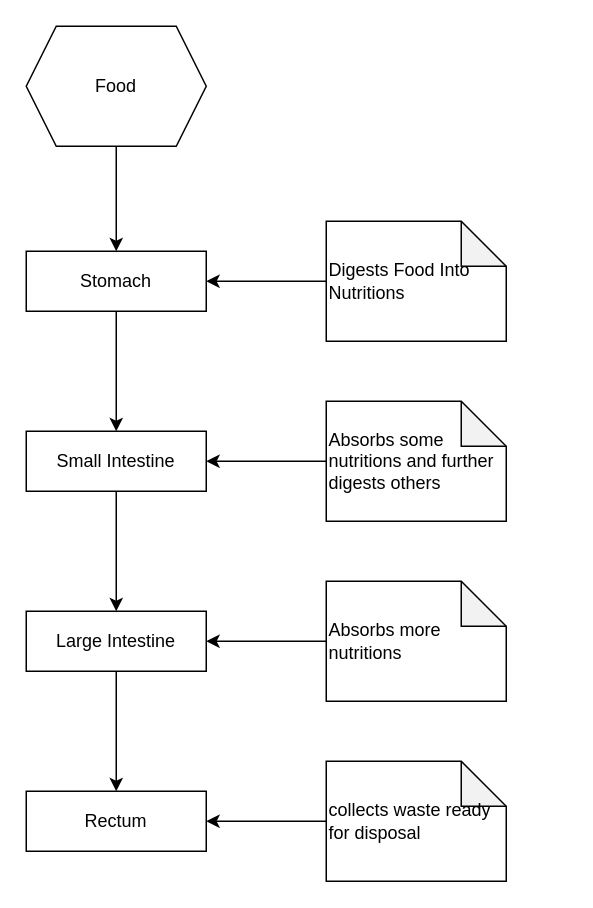
Before: page "Digesting" (2 of 3) of docs/diagrams.drawio in SchwarzChristian/NutriSim, a draw.io diagram. Source tidied: cells renumbered, new cells numbered last; positions are measured from the earlier drawing's top-left corner, leaving out a move shared by most shapes. Both pictures are drawn from the tidied source at 150%, with x=0, y=0 at pixel (26, 26).
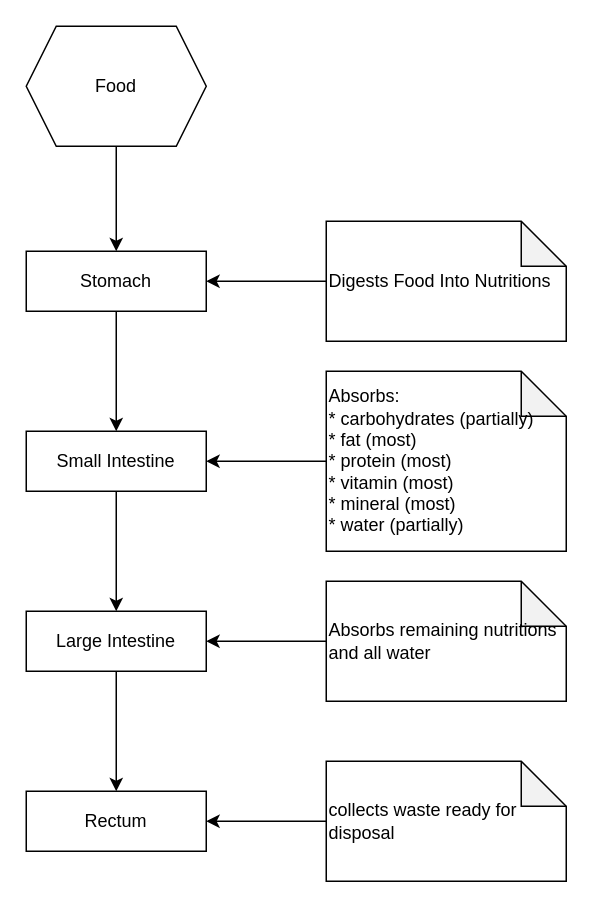
After the change.

What changed in the source:
```diff
@@
 <mxGraphModel>
   <root>
     <mxCell id="0" />
     <mxCell id="1" parent="0" />
     <mxCell id="2" style="edgeStyle=none;html=1;" parent="1" edge="1" source="3" target="5">
       <mxGeometry relative="1" as="geometry" />
     </mxCell>
     <mxCell id="3" value="Food" style="shape=hexagon;perimeter=hexagonPerimeter2;whiteSpace=wrap;html=1;fixedSize=1;" parent="1" vertex="1">
       <mxGeometry width="120" height="80" as="geometry" />
     </mxCell>
     <mxCell id="4" style="edgeStyle=none;html=1;" parent="1" edge="1" source="5" target="7">
       <mxGeometry relative="1" as="geometry" />
     </mxCell>
     <mxCell id="5" value="Stomach" style="whiteSpace=wrap;html=1;" parent="1" vertex="1">
       <mxGeometry y="150" width="120" height="40" as="geometry" />
     </mxCell>
     <mxCell id="6" style="edgeStyle=none;html=1;" parent="1" edge="1" source="7" target="9">
       <mxGeometry relative="1" as="geometry" />
     </mxCell>
     <mxCell id="7" value="Small Intestine" style="whiteSpace=wrap;html=1;" parent="1" vertex="1">
       <mxGeometry y="270" width="120" height="40" as="geometry" />
     </mxCell>
     <mxCell id="8" style="edgeStyle=none;html=1;" parent="1" edge="1" source="9" target="10">
       <mxGeometry relative="1" as="geometry" />
     </mxCell>
     <mxCell id="9" value="Large Intestine" style="whiteSpace=wrap;html=1;" parent="1" vertex="1">
       <mxGeometry y="390" width="120" height="40" as="geometry" />
     </mxCell>
     <mxCell id="10" value="Rectum" style="whiteSpace=wrap;html=1;" parent="1" vertex="1">
       <mxGeometry y="510" width="120" height="40" as="geometry" />
     </mxCell>
     <mxCell id="11" style="edgeStyle=none;html=1;" parent="1" edge="1" source="12" target="5">
       <mxGeometry relative="1" as="geometry" />
     </mxCell>
     <mxCell id="12" value="Digests Food Into Nutritions" style="shape=note;whiteSpace=wrap;html=1;backgroundOutline=1;darkOpacity=0.05;align=left;" parent="1" vertex="1">
-      <mxGeometry x="200" y="130" width="120" height="80" as="geometry" />
+      <mxGeometry x="200" y="130" width="160" height="80" as="geometry" />
     </mxCell>
     <mxCell id="13" style="edgeStyle=none;html=1;" parent="1" edge="1" source="14" target="7">
       <mxGeometry relative="1" as="geometry" />
     </mxCell>
-    <mxCell id="14" value="Absorbs some nutritions and further digests others" style="shape=note;whiteSpace=wrap;html=1;backgroundOutline=1;darkOpacity=0.05;align=left;" parent="1" vertex="1">
-      <mxGeometry x="200" y="250" width="120" height="80" as="geometry" />
+    <mxCell id="14" value="Absorbs:&lt;br&gt;* carbohydrates (partially)&lt;br&gt;* fat (most)&lt;br&gt;* protein (most)&lt;br&gt;* vitamin (most)&lt;br&gt;* mineral (most)&lt;br&gt;* water (partially)" style="shape=note;whiteSpace=wrap;html=1;backgroundOutline=1;darkOpacity=0.05;align=left;" parent="1" vertex="1">
+      <mxGeometry x="200" y="230" width="160" height="120" as="geometry" />
     </mxCell>
     <mxCell id="15" style="edgeStyle=none;html=1;" parent="1" edge="1" source="16" target="9">
       <mxGeometry relative="1" as="geometry" />
     </mxCell>
-    <mxCell id="16" value="Absorbs more nutritions" style="shape=note;whiteSpace=wrap;html=1;backgroundOutline=1;darkOpacity=0.05;align=left;" parent="1" vertex="1">
-      <mxGeometry x="200" y="370" width="120" height="80" as="geometry" />
+    <mxCell id="16" value="Absorbs remaining nutritions and all water" style="shape=note;whiteSpace=wrap;html=1;backgroundOutline=1;darkOpacity=0.05;align=left;" parent="1" vertex="1">
+      <mxGeometry x="200" y="370" width="160" height="80" as="geometry" />
     </mxCell>
     <mxCell id="17" style="edgeStyle=none;html=1;" parent="1" edge="1" source="18" target="10">
       <mxGeometry relative="1" as="geometry" />
     </mxCell>
     <mxCell id="18" value="collects waste ready for disposal" style="shape=note;whiteSpace=wrap;html=1;backgroundOutline=1;darkOpacity=0.05;align=left;" parent="1" vertex="1">
-      <mxGeometry x="200" y="490" width="120" height="80" as="geometry" />
+      <mxGeometry x="200" y="490" width="160" height="80" as="geometry" />
     </mxCell>
   </root>
 </mxGraphModel>
```
